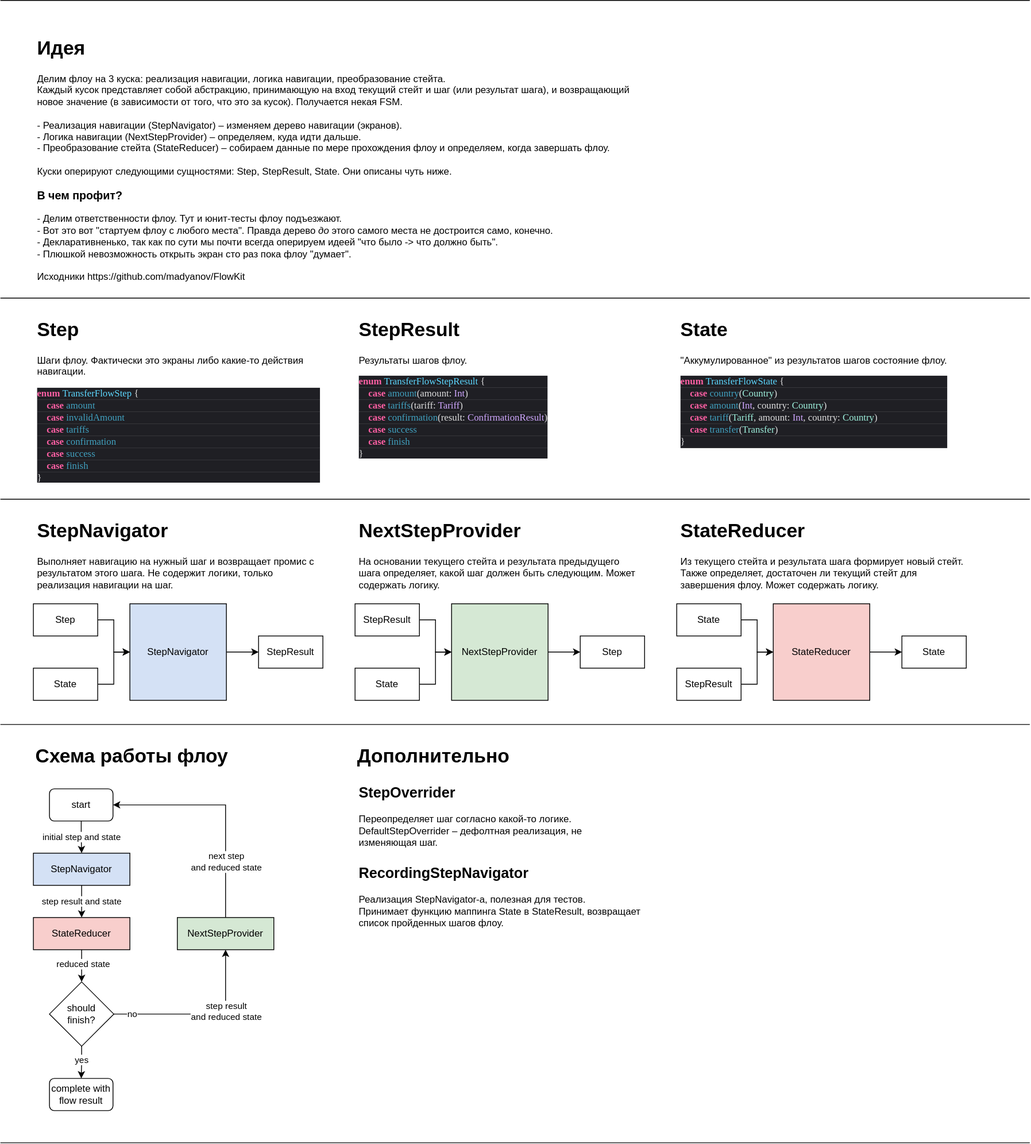
m6vrm/flowkit keeps this draw.io diagram as flowkit.svg. Above is the earlier version. Source tidied: cells renumbered, new cells last; positions are measured from the earlier drawing's top-left corner, leaving out a move shared by most shapes.
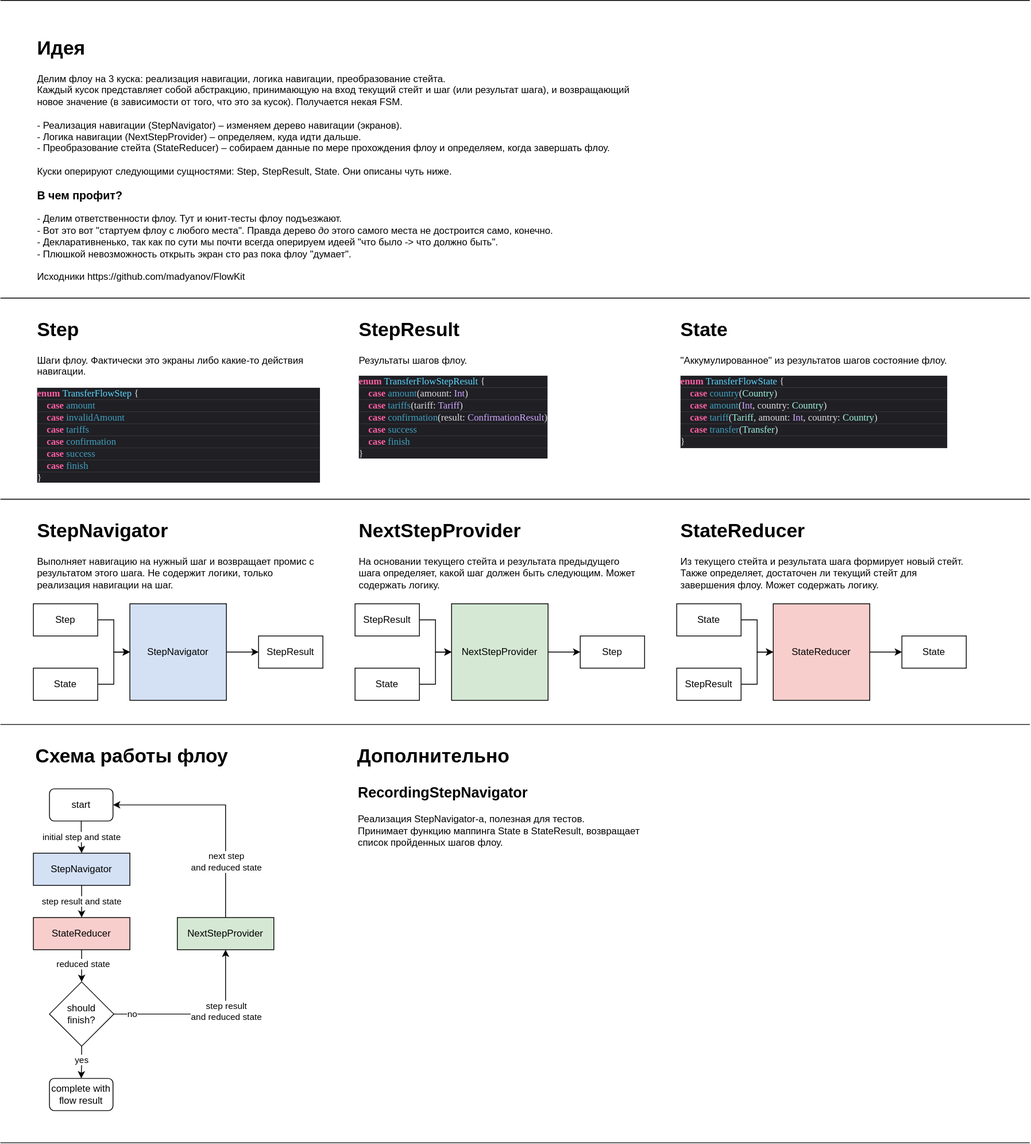
The same diagram one commit later.

The edit, as a diff of the source:
```diff
@@ -189,11 +189,8 @@
     <mxCell id="53" value="&lt;h1&gt;Дополнительно&lt;/h1&gt;" style="text;html=1;strokeColor=none;fillColor=none;align=left;verticalAlign=middle;whiteSpace=wrap;rounded=0;" parent="1" vertex="1">
       <mxGeometry x="442" y="920" width="359" height="40" as="geometry" />
     </mxCell>
-    <mxCell id="54" value="&lt;h2&gt;StepOverrider&lt;/h2&gt;&lt;p&gt;Переопределяет шаг согласно какой-то логике.&lt;br&gt;DefaultStepOverrider – д&lt;span&gt;ефолтная реализация, не изменяющая шаг.&lt;/span&gt;&lt;/p&gt;" style="text;html=1;strokeColor=none;fillColor=none;spacing=5;spacingTop=-20;whiteSpace=wrap;overflow=hidden;rounded=0;" parent="1" vertex="1">
-      <mxGeometry x="441" y="970" width="359" height="90" as="geometry" />
-    </mxCell>
     <mxCell id="55" value="&lt;h2&gt;RecordingStepNavigator&lt;/h2&gt;&lt;p&gt;Реализация StepNavigator-а, полезная для тестов.&lt;br&gt;Принимает функцию маппинга State в StateResult, возвращает список пройденных шагов флоу.&lt;/p&gt;" style="text;html=1;strokeColor=none;fillColor=none;spacing=5;spacingTop=-20;whiteSpace=wrap;overflow=hidden;rounded=0;" parent="1" vertex="1">
-      <mxGeometry x="441" y="1070" width="359" height="90" as="geometry" />
+      <mxGeometry x="440" y="970" width="359" height="90" as="geometry" />
     </mxCell>
   </root>
 </mxGraphModel>
```
